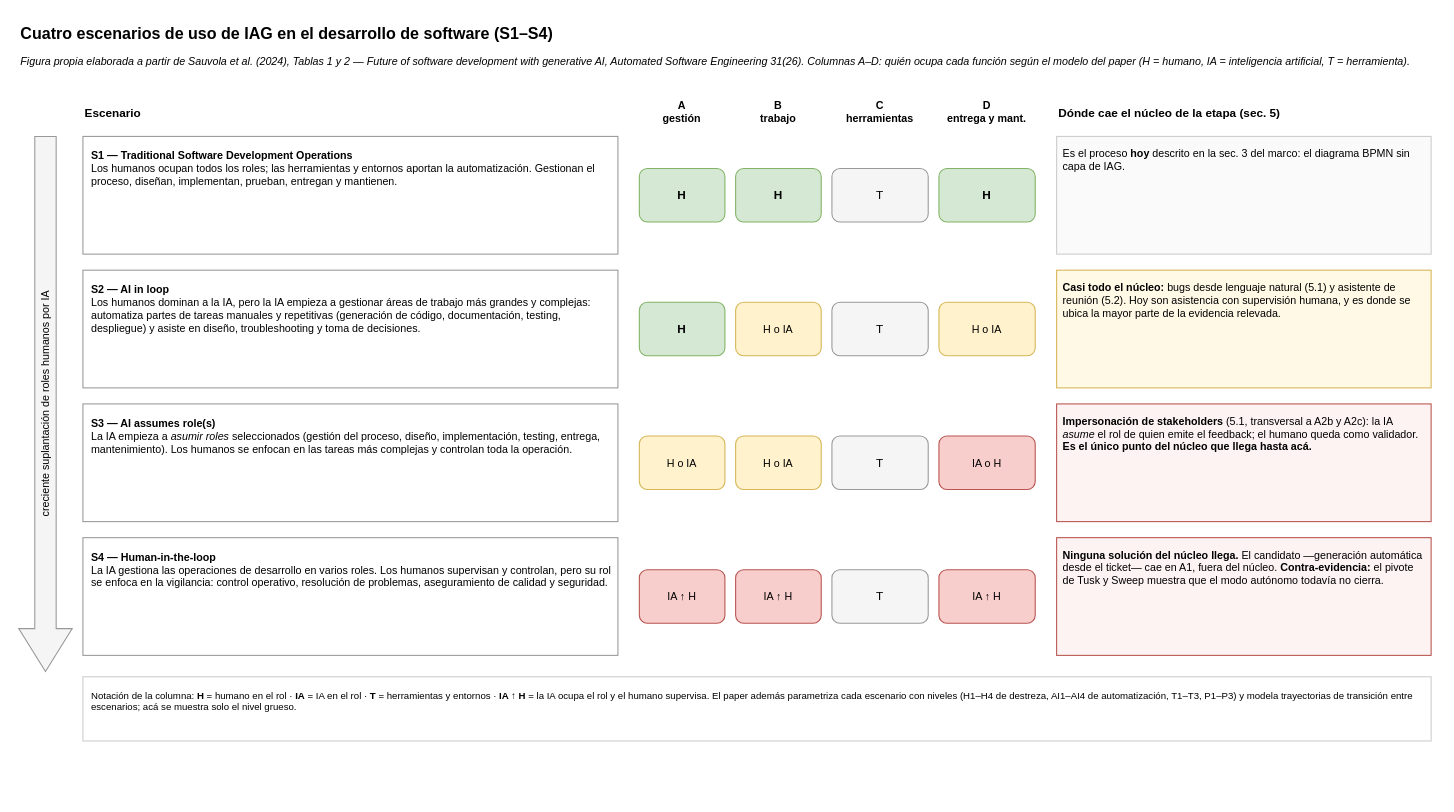
Before: sprint 15/diagramas/escenarios_s1_s4.drawio in vickychappuis/Tesis, a draw.io diagram. Source tidied: cells renumbered, new cells numbered last; positions are measured from the earlier drawing's top-left corner, leaving out a move shared by most shapes. Both pictures are drawn from the tidied source at 107%, with x=0, y=0 at pixel (18, 18).
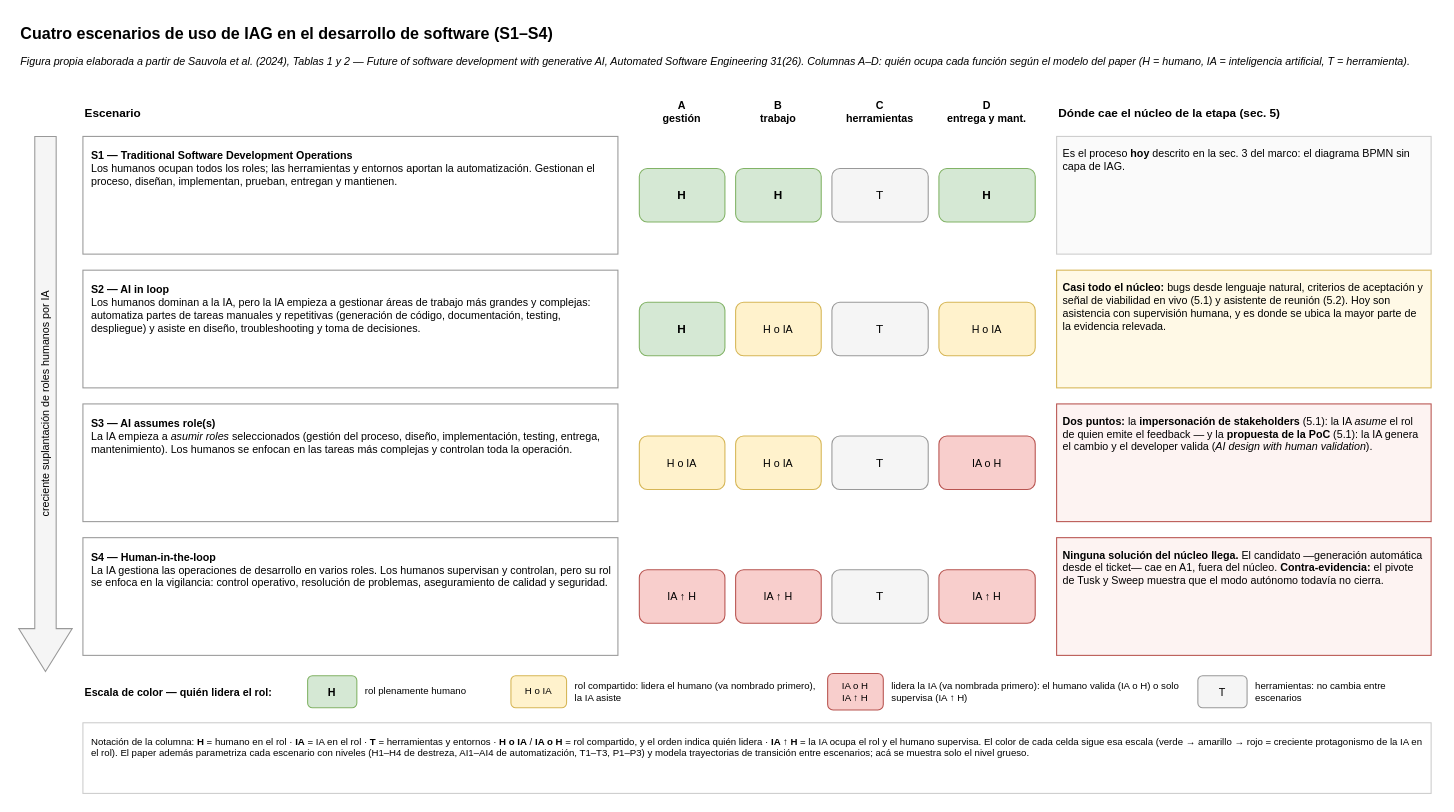
After the change.

Commit message (it also covers changes not shown here):
sprint 15: sumar la propuesta de la PoC como [propuesta] en 5.1 y su cascada en escenarios

Change to the diagram source:
```diff
@@
-    <mxCell id="22" value="&lt;b&gt;Casi todo el núcleo:&lt;/b&gt; bugs desde lenguaje natural (5.1) y asistente de reunión (5.2). Hoy son asistencia con supervisión humana, y es donde se ubica la mayor parte de la evidencia relevada." style="text;html=1;whiteSpace=wrap;strokeColor=#D6B656;fillColor=#FFF9E6;align=left;verticalAlign=top;spacing=6;fontSize=10;" parent="1" vertex="1">
+    <mxCell id="22" value="&lt;b&gt;Casi todo el núcleo:&lt;/b&gt; bugs desde lenguaje natural, criterios de aceptación y señal de viabilidad en vivo (5.1) y asistente de reunión (5.2). Hoy son asistencia con supervisión humana, y es donde se ubica la mayor parte de la evidencia relevada." style="text;html=1;whiteSpace=wrap;strokeColor=#D6B656;fillColor=#FFF9E6;align=left;verticalAlign=top;spacing=6;fontSize=10;" parent="1" vertex="1">
       <mxGeometry x="970" y="235" width="350" height="110" as="geometry" />
     </mxCell>
@@
-    <mxCell id="28" value="&lt;b&gt;Impersonación de stakeholders&lt;/b&gt; (5.1, transversal a A2b y A2c): la IA &lt;i&gt;asume&lt;/i&gt; el rol de quien emite el feedback; el humano queda como validador. &lt;b&gt;Es el único punto del núcleo que llega hasta acá.&lt;/b&gt;" style="text;html=1;whiteSpace=wrap;strokeColor=#B85450;fillColor=#FDF3F2;align=left;verticalAlign=top;spacing=6;fontSize=10;" parent="1" vertex="1">
+    <mxCell id="28" value="&lt;b&gt;Dos puntos:&lt;/b&gt; la &lt;b&gt;impersonación de stakeholders&lt;/b&gt; (5.1): la IA &lt;i&gt;asume&lt;/i&gt; el rol de quien emite el feedback — y la &lt;b&gt;propuesta de la PoC&lt;/b&gt; (5.1): la IA genera el cambio y el developer valida (&lt;i&gt;AI design with human validation&lt;/i&gt;)." style="text;html=1;whiteSpace=wrap;strokeColor=#B85450;fillColor=#FDF3F2;align=left;verticalAlign=top;spacing=6;fontSize=10;" parent="1" vertex="1">
       <mxGeometry x="970" y="360" width="350" height="110" as="geometry" />
     </mxCell>
@@
+    <mxCell id="36" value="&lt;b&gt;Escala de color — quién lidera el rol:&lt;/b&gt;" style="text;html=1;strokeColor=none;fillColor=none;align=left;verticalAlign=middle;fontSize=10;" parent="1" vertex="1">
+      <mxGeometry x="60" y="612" width="210" height="34" as="geometry" />
+    </mxCell>
+    <mxCell id="37" value="H" style="rounded=1;whiteSpace=wrap;html=1;fillColor=#D5E8D4;strokeColor=#82B366;fontSize=10;fontStyle=1;" parent="1" vertex="1">
+      <mxGeometry x="270" y="614" width="46" height="30" as="geometry" />
+    </mxCell>
+    <mxCell id="38" value="rol plenamente humano" style="text;html=1;whiteSpace=wrap;strokeColor=none;fillColor=none;align=left;verticalAlign=middle;fontSize=9;" parent="1" vertex="1">
+      <mxGeometry x="322" y="612" width="130" height="34" as="geometry" />
+    </mxCell>
+    <mxCell id="39" value="H o IA" style="rounded=1;whiteSpace=wrap;html=1;fillColor=#FFF2CC;strokeColor=#D6B656;fontSize=9;" parent="1" vertex="1">
+      <mxGeometry x="460" y="614" width="52" height="30" as="geometry" />
+    </mxCell>
+    <mxCell id="40" value="rol compartido: lidera el humano (va nombrado primero), la IA asiste" style="text;html=1;whiteSpace=wrap;strokeColor=none;fillColor=none;align=left;verticalAlign=middle;fontSize=9;" parent="1" vertex="1">
+      <mxGeometry x="518" y="612" width="230" height="34" as="geometry" />
+    </mxCell>
+    <mxCell id="41" value="IA o H&lt;br&gt;IA ↑ H" style="rounded=1;whiteSpace=wrap;html=1;fillColor=#F8CECC;strokeColor=#B85450;fontSize=9;" parent="1" vertex="1">
+      <mxGeometry x="756" y="612" width="52" height="34" as="geometry" />
+    </mxCell>
+    <mxCell id="42" value="lidera la IA (va nombrada primero): el humano valida (IA o H) o solo supervisa (IA ↑ H)" style="text;html=1;whiteSpace=wrap;strokeColor=none;fillColor=none;align=left;verticalAlign=middle;fontSize=9;" parent="1" vertex="1">
+      <mxGeometry x="814" y="612" width="280" height="34" as="geometry" />
+    </mxCell>
+    <mxCell id="43" value="T" style="rounded=1;whiteSpace=wrap;html=1;fillColor=#F5F5F5;strokeColor=#999999;fontSize=10;" parent="1" vertex="1">
+      <mxGeometry x="1102" y="614" width="46" height="30" as="geometry" />
+    </mxCell>
+    <mxCell id="44" value="herramientas: no cambia entre escenarios" style="text;html=1;whiteSpace=wrap;strokeColor=none;fillColor=none;align=left;verticalAlign=middle;fontSize=9;" parent="1" vertex="1">
+      <mxGeometry x="1154" y="612" width="170" height="34" as="geometry" />
+    </mxCell>
-    <mxCell id="35" value="Notación de la columna: &lt;b&gt;H&lt;/b&gt; = humano en el rol · &lt;b&gt;IA&lt;/b&gt; = IA en el rol · &lt;b&gt;T&lt;/b&gt; = herramientas y entornos · &lt;b&gt;IA ↑ H&lt;/b&gt; = la IA ocupa el rol y el humano supervisa. El paper además parametriza cada escenario con niveles (H1–H4 de destreza, AI1–AI4 de automatización, T1–T3, P1–P3) y modela trayectorias de transición entre escenarios; acá se muestra solo el nivel grueso." style="text;html=1;whiteSpace=wrap;strokeColor=#CCCCCC;fillColor=#FFFFFF;align=left;verticalAlign=top;spacing=8;fontSize=9;" parent="1" vertex="1">
-      <mxGeometry x="60" y="615" width="1260" height="60" as="geometry" />
+    <mxCell id="35" value="Notación de la columna: &lt;b&gt;H&lt;/b&gt; = humano en el rol · &lt;b&gt;IA&lt;/b&gt; = IA en el rol · &lt;b&gt;T&lt;/b&gt; = herramientas y entornos · &lt;b&gt;H o IA&lt;/b&gt; / &lt;b&gt;IA o H&lt;/b&gt; = rol compartido, y el orden indica quién lidera · &lt;b&gt;IA ↑ H&lt;/b&gt; = la IA ocupa el rol y el humano supervisa. El color de cada celda sigue esa escala (verde → amarillo → rojo = creciente protagonismo de la IA en el rol). El paper además parametriza cada escenario con niveles (H1–H4 de destreza, AI1–AI4 de automatización, T1–T3, P1–P3) y modela trayectorias de transición entre escenarios; acá se muestra solo el nivel grueso." style="text;html=1;whiteSpace=wrap;strokeColor=#CCCCCC;fillColor=#FFFFFF;align=left;verticalAlign=top;spacing=8;fontSize=9;" parent="1" vertex="1">
+      <mxGeometry x="60" y="658" width="1260" height="66" as="geometry" />
     </mxCell>
```
